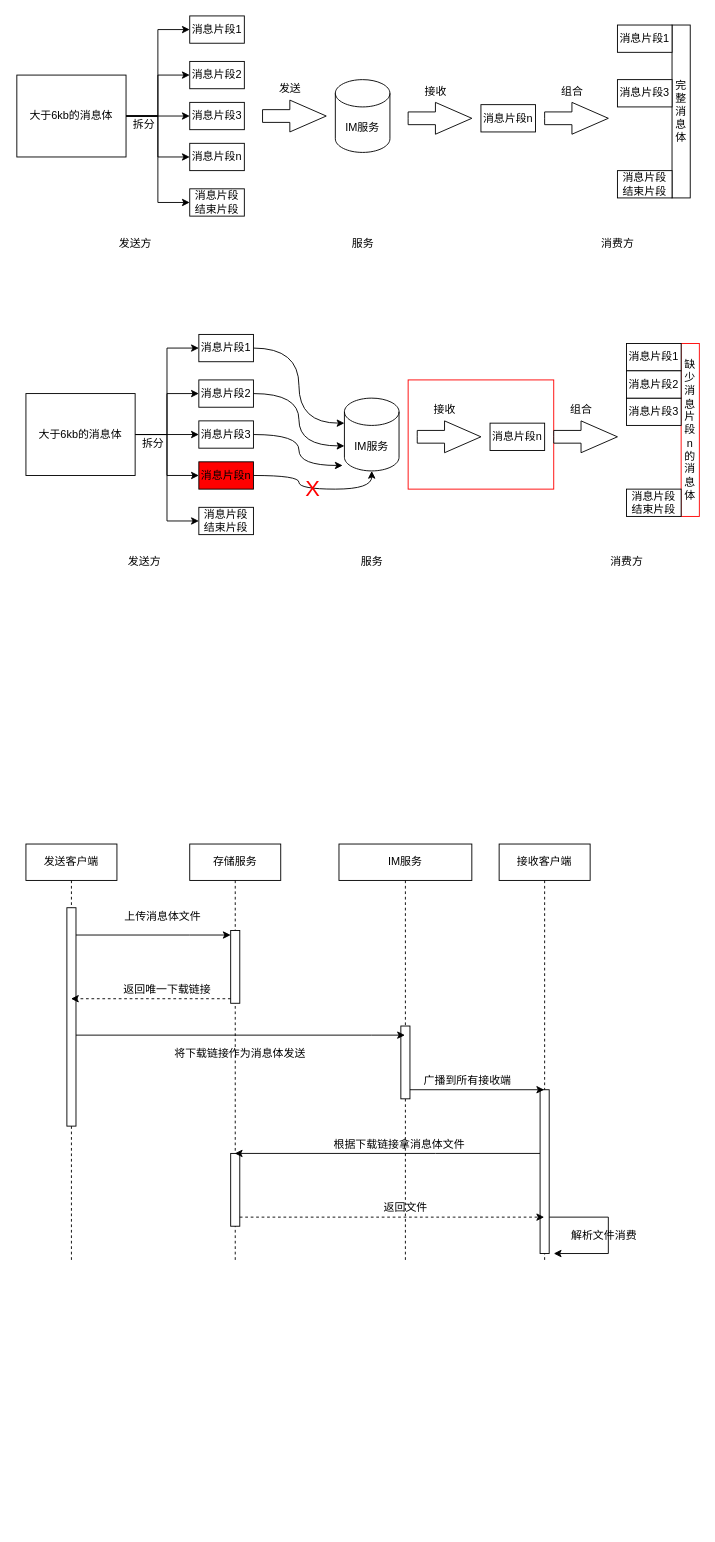
The draw.io diagram Untitled Diagram.drawio in kkgg123/ROOT, before the edit. Source tidied: cells renumbered, new cells numbered last; positions are measured from the earlier drawing's top-left corner, leaving out a move shared by most shapes. Both pictures are drawn from the tidied source at 91%, with x=0, y=0 at pixel (16, 15).
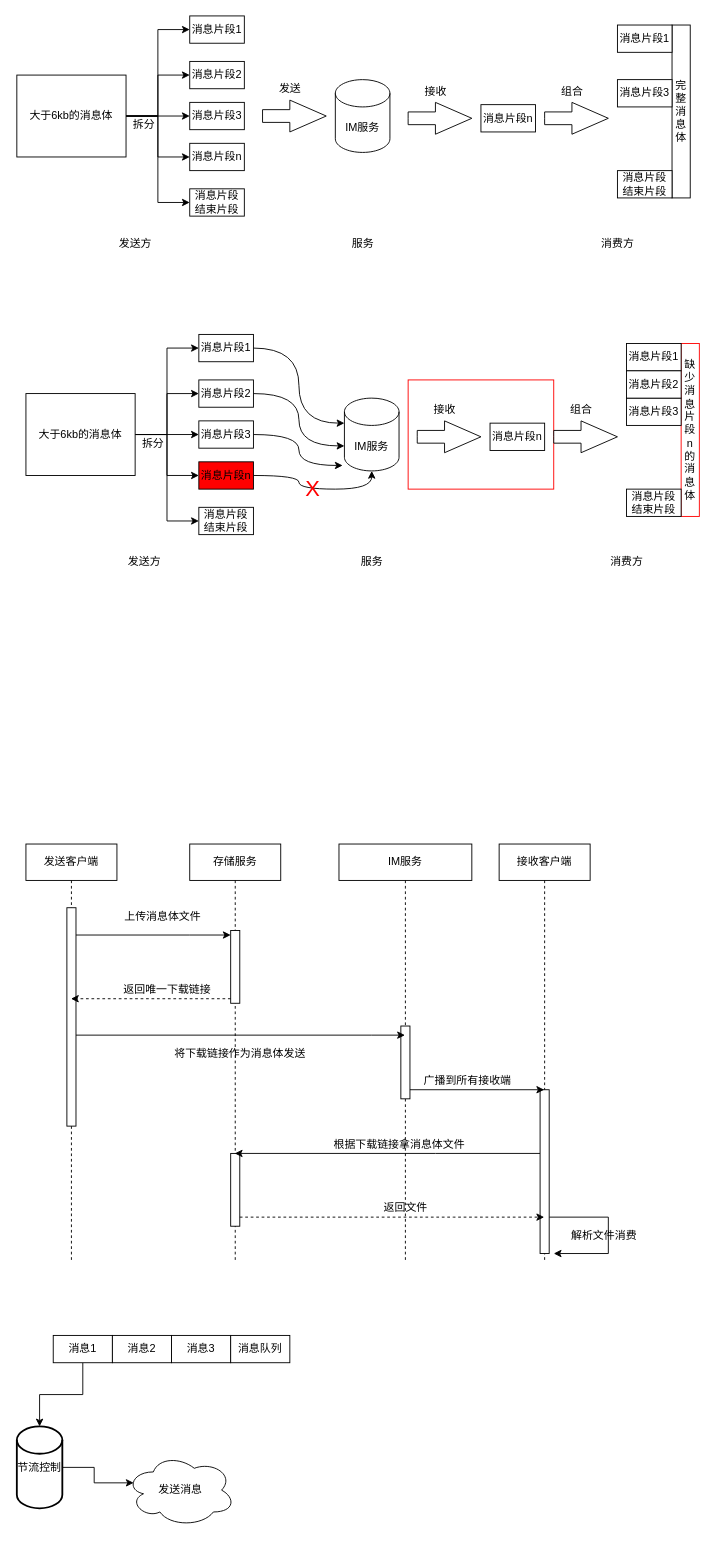
Above is the later version.

Change to the diagram source:
```diff
@@
+    <mxCell id="85" style="edgeStyle=orthogonalEdgeStyle;rounded=0;jettySize=auto;html=1;entryX=0.5;entryY=0;entryDx=0;entryDy=0;entryPerimeter=0;fillColor=#FF0000;" parent="1" edge="1" source="86" target="91">
+      <mxGeometry relative="1" as="geometry" />
+    </mxCell>
+    <mxCell id="86" value="消息1" style="rounded=0;whiteSpace=wrap;html=1;strokeColor=#000000;fillColor=#FFFFFF;" parent="1" vertex="1">
+      <mxGeometry x="40" y="1450" width="65" height="30" as="geometry" />
+    </mxCell>
+    <mxCell id="87" value="消息2" style="rounded=0;whiteSpace=wrap;html=1;strokeColor=#000000;fillColor=#FFFFFF;" parent="1" vertex="1">
+      <mxGeometry x="105" y="1450" width="65" height="30" as="geometry" />
+    </mxCell>
+    <mxCell id="88" value="消息3" style="rounded=0;whiteSpace=wrap;html=1;strokeColor=#000000;fillColor=#FFFFFF;" parent="1" vertex="1">
+      <mxGeometry x="170" y="1450" width="65" height="30" as="geometry" />
+    </mxCell>
+    <mxCell id="89" value="消息队列" style="rounded=0;whiteSpace=wrap;html=1;strokeColor=#000000;fillColor=#FFFFFF;" parent="1" vertex="1">
+      <mxGeometry x="235" y="1450" width="65" height="30" as="geometry" />
+    </mxCell>
+    <mxCell id="90" style="edgeStyle=orthogonalEdgeStyle;rounded=0;jettySize=auto;html=1;entryX=0.07;entryY=0.4;entryDx=0;entryDy=0;entryPerimeter=0;fillColor=#FF0000;" parent="1" edge="1" source="91" target="92">
+      <mxGeometry relative="1" as="geometry" />
+    </mxCell>
+    <mxCell id="91" value="节流控制" style="strokeWidth=2;html=1;shape=mxgraph.flowchart.database;whiteSpace=wrap;fillColor=#FFFFFF;" parent="1" vertex="1">
+      <mxGeometry y="1550" width="50" height="90" as="geometry" />
+    </mxCell>
+    <mxCell id="92" value="发送消息" style="ellipse;shape=cloud;whiteSpace=wrap;html=1;strokeColor=#000000;fillColor=#FFFFFF;" parent="1" vertex="1">
+      <mxGeometry x="120" y="1580" width="120" height="80" as="geometry" />
+    </mxCell>
```
